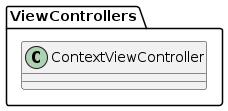
Above: Companies/Ronna/Images/Diagrams/Class_diagrams/rtkcontrol/ViewControllers/ContextViewController.png in RobertDeBiro/Cpp_Programs (PlantUML), before the change. Source of this version:
```plantuml
@startuml ContextViewController

package ViewControllers
{

class ContextViewController
{
}

}

@enduml
```
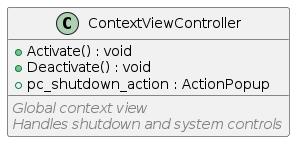
The same diagram one commit later.

What changed in the source:
```diff
@@ -1,12 +1,12 @@
 @startuml ContextViewController
 
-package ViewControllers
-{
-
-class ContextViewController
-{
-}
-
+class ContextViewController {
+  + Activate() : void
+  + Deactivate() : void
+  + pc_shutdown_action : ActionPopup
+  __
+  <i><color:Gray>Global context view</color></i>
+  <i><color:Gray>Handles shutdown and system controls</color></i>
 }
 
 @enduml
```
